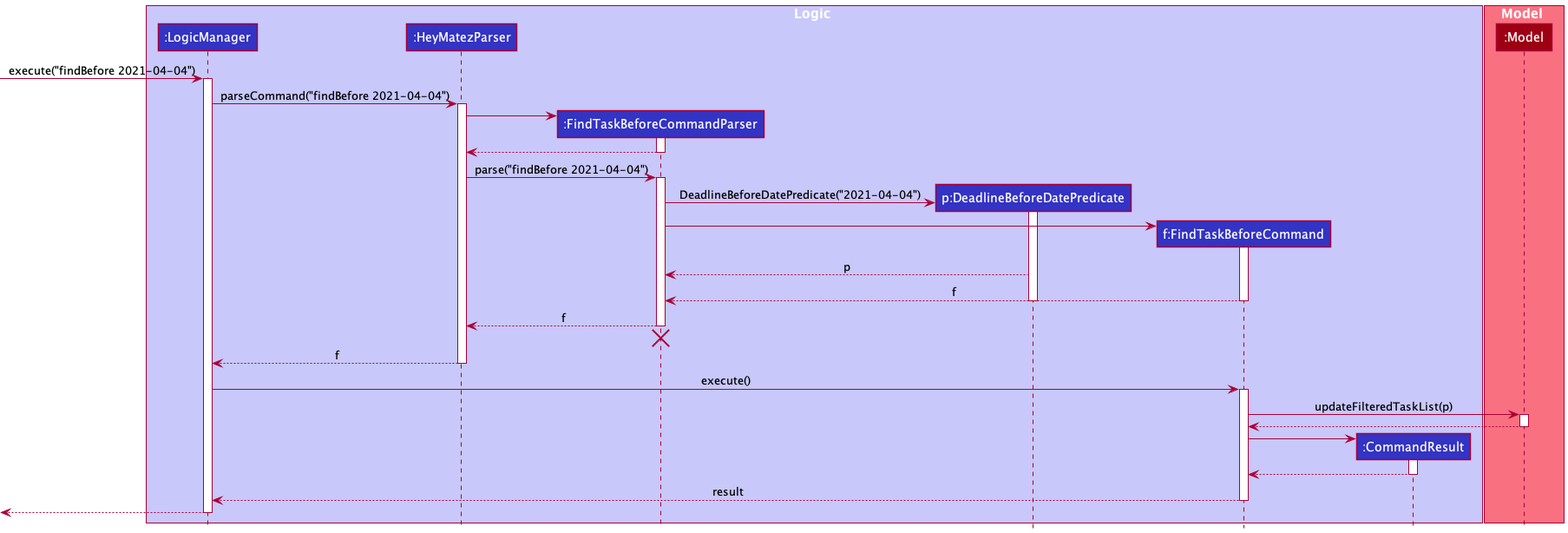
Earlier version of the PlantUML export docs/images/FindBeforeSequenceDiagram.png (nus-cs2103-AY2021S2/tp).
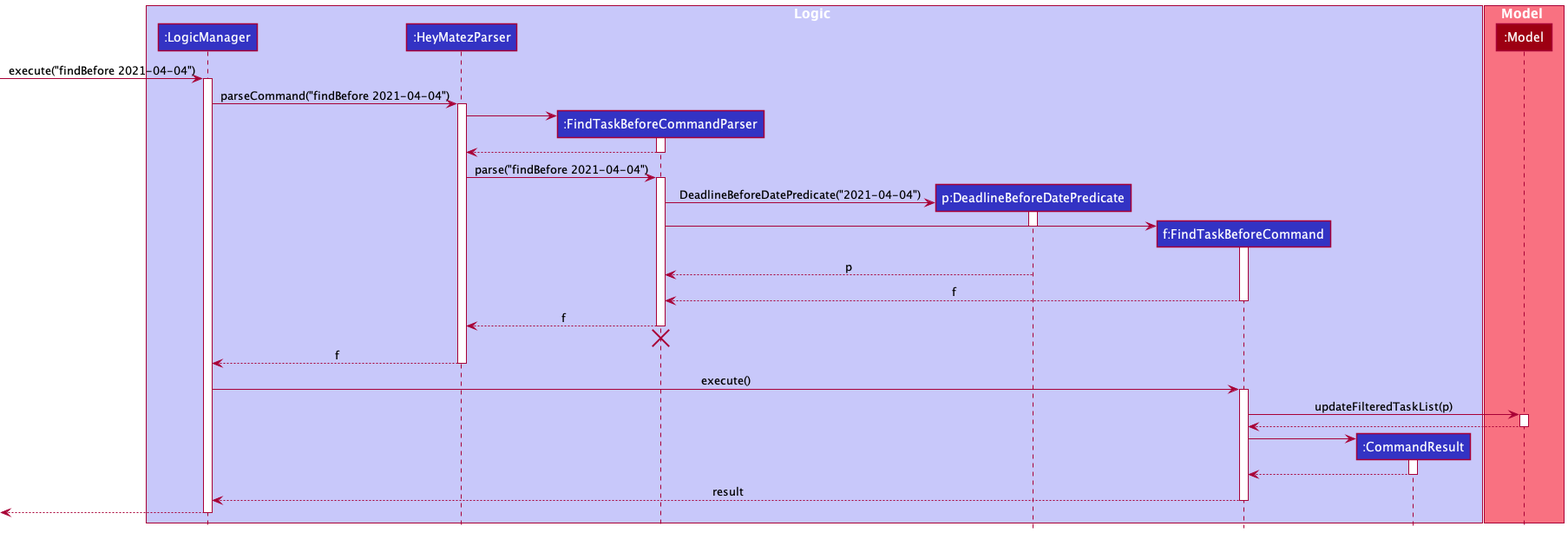
The same diagram one commit later.

Commit message:
Edit developer guide

The edit, as a diff of the source:
```diff
@@ -36,11 +36,12 @@
 
 create FindTaskBeforeCommand
 FindTaskBeforeCommandParser -> FindTaskBeforeCommand
+deactivate DeadlineBeforeDatePredicate
 activate FindTaskBeforeCommand
 
 DeadlineBeforeDatePredicate --> FindTaskBeforeCommandParser : p
 FindTaskBeforeCommand --> FindTaskBeforeCommandParser : f
-deactivate DeadlineBeforeDatePredicate
+
 deactivate FindTaskBeforeCommand
 
 FindTaskBeforeCommandParser --> HeyMatezParser : f
```
